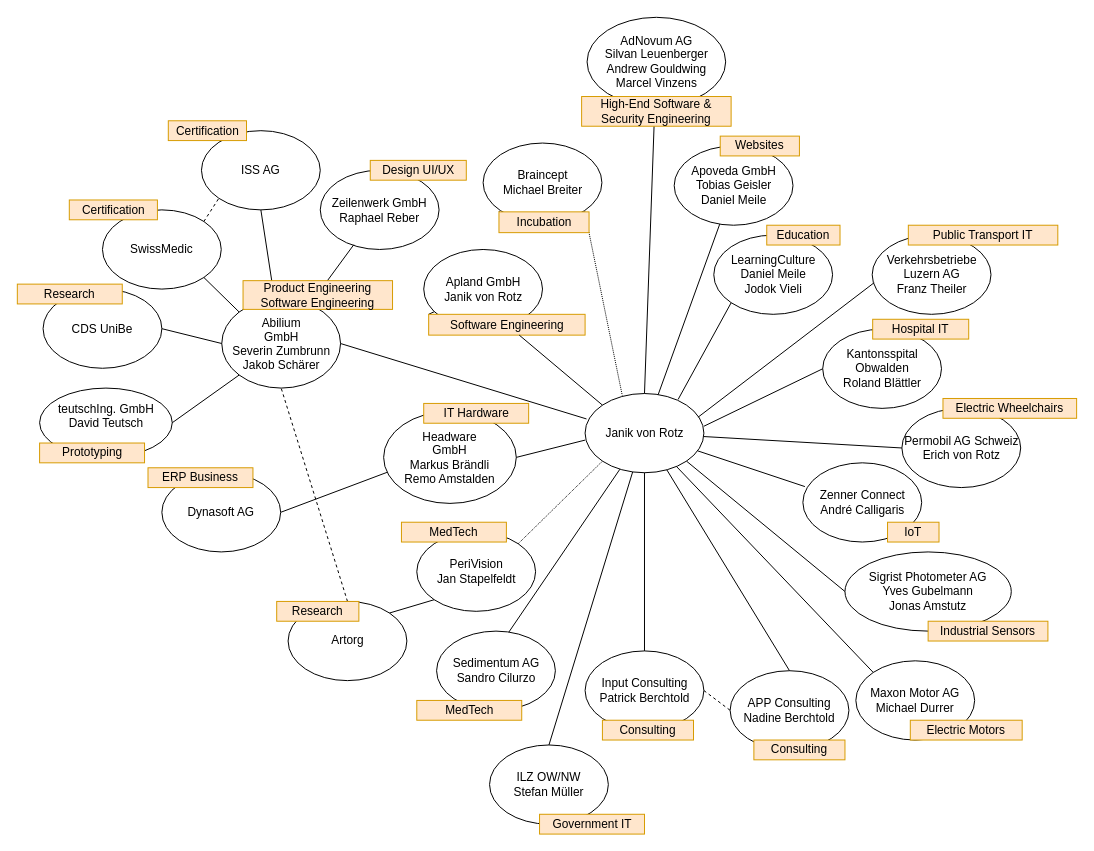
The draw.io diagram network.drawio in szumbrunn/network, before the edit. Source tidied: cells renumbered, new cells numbered last; positions are measured from the earlier drawing's top-left corner, leaving out a move shared by most shapes. Both pictures are drawn from the tidied source at 99%, with x=0, y=0 at pixel (17, 17).
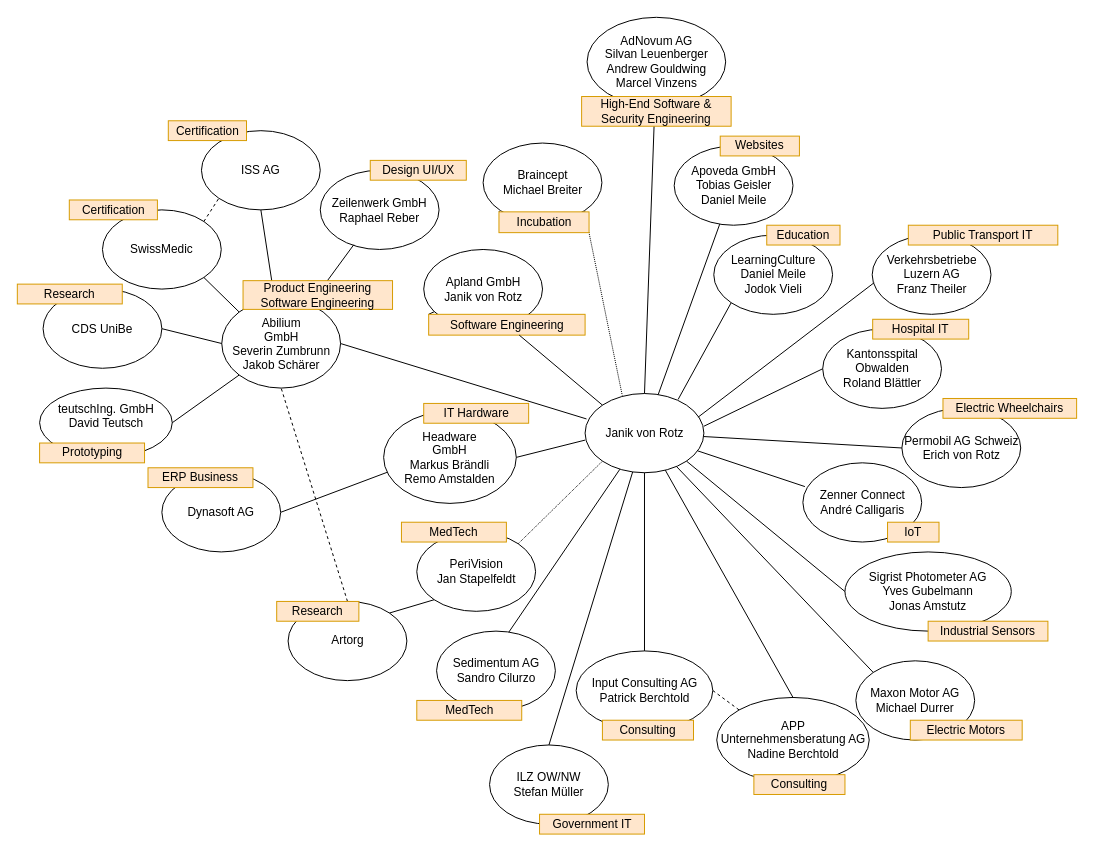
The same page after the edit.

What changed in the source:
```diff
@@
-    <mxCell id="41" value="&lt;div&gt;APP Consulting&lt;br&gt;&lt;/div&gt;&lt;div&gt;Nadine Berchtold&lt;br&gt;&lt;/div&gt;" style="ellipse;whiteSpace=wrap;html=1;" parent="1" vertex="1">
-      <mxGeometry x="720" y="660" width="120" height="80" as="geometry" />
+    <mxCell id="41" value="&lt;div&gt;&lt;span&gt;APP Unternehmensberatung AG&lt;/span&gt;&lt;/div&gt;&lt;div&gt;Nadine Berchtold&lt;br&gt;&lt;/div&gt;" style="ellipse;whiteSpace=wrap;html=1;" parent="1" vertex="1">
+      <mxGeometry x="706.5" y="687" width="154" height="86" as="geometry" />
     </mxCell>
-    <mxCell id="42" value="&lt;div&gt;Input Consulting&lt;/div&gt;&lt;div&gt;Patrick Berchtold&lt;br&gt;&lt;/div&gt;" style="ellipse;whiteSpace=wrap;html=1;" parent="1" vertex="1">
-      <mxGeometry x="573.5" y="640" width="120" height="80" as="geometry" />
+    <mxCell id="42" value="&lt;div&gt;Input Consulting AG&lt;br&gt;&lt;/div&gt;&lt;div&gt;Patrick Berchtold&lt;br&gt;&lt;/div&gt;" style="ellipse;whiteSpace=wrap;html=1;" parent="1" vertex="1">
+      <mxGeometry x="564.5" y="640" width="138" height="80" as="geometry" />
     </mxCell>
@@
-    <mxCell id="48" style="endArrow=none;dashed=1;html=1;exitX=1;exitY=0.5;exitDx=0;exitDy=0;entryX=0;entryY=0.5;entryDx=0;entryDy=0;" parent="1" edge="1" source="42" target="41">
+    <mxCell id="48" style="endArrow=none;dashed=1;html=1;exitX=1;exitY=0.5;exitDx=0;exitDy=0;entryX=0;entryY=0;entryDx=0;entryDy=0;" parent="1" edge="1" source="42" target="41">
       <mxGeometry relative="1" as="geometry" />
     </mxCell>
@@
     <mxCell id="63" value="Consulting" style="text;html=1;strokeColor=#d79b00;fillColor=#ffe6cc;align=center;verticalAlign=middle;whiteSpace=wrap;rounded=0;" parent="1" vertex="1">
-      <mxGeometry x="744" y="730" width="92" height="20" as="geometry" />
+      <mxGeometry x="744" y="765" width="92" height="20" as="geometry" />
     </mxCell>
```
